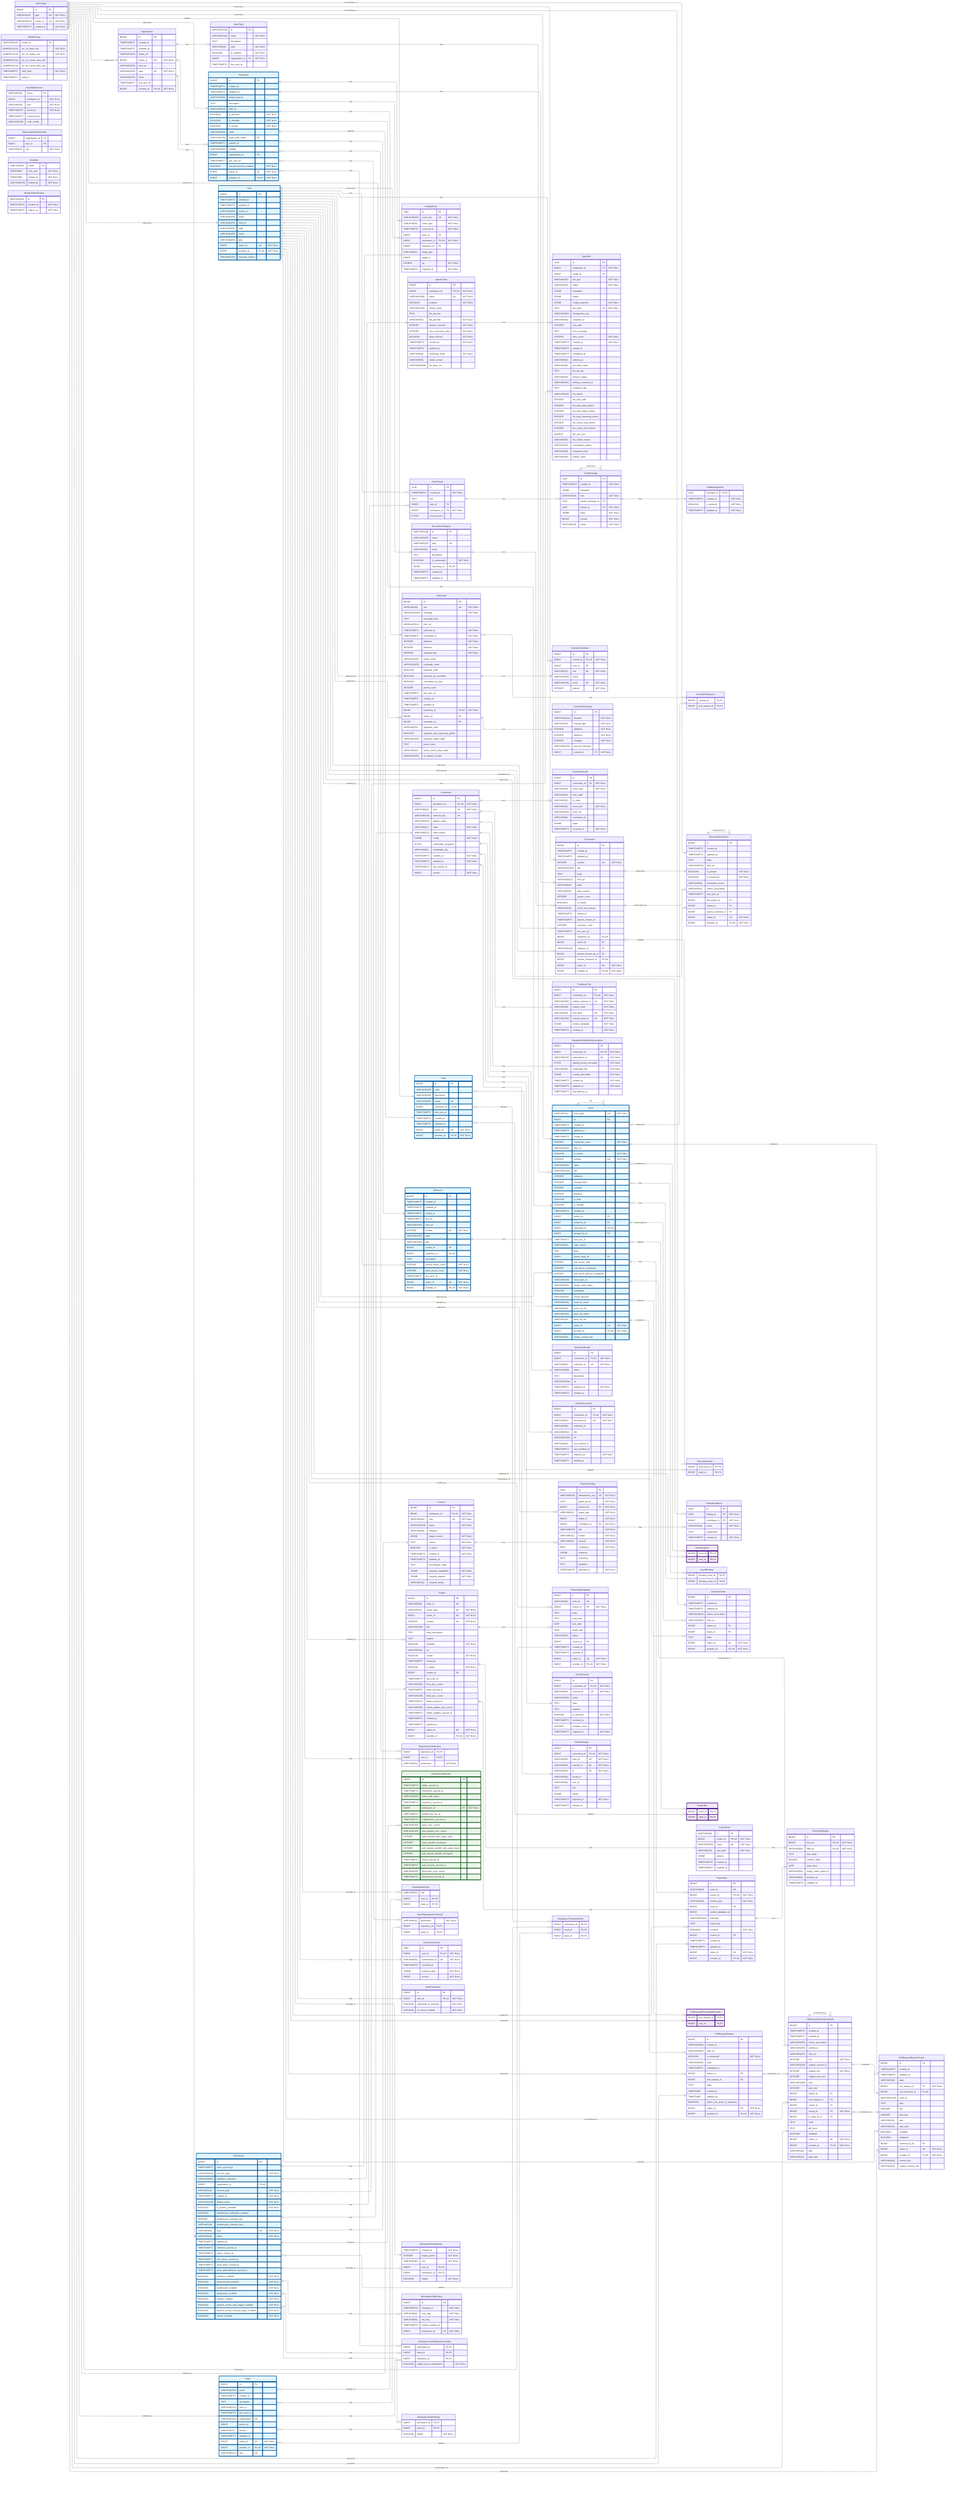
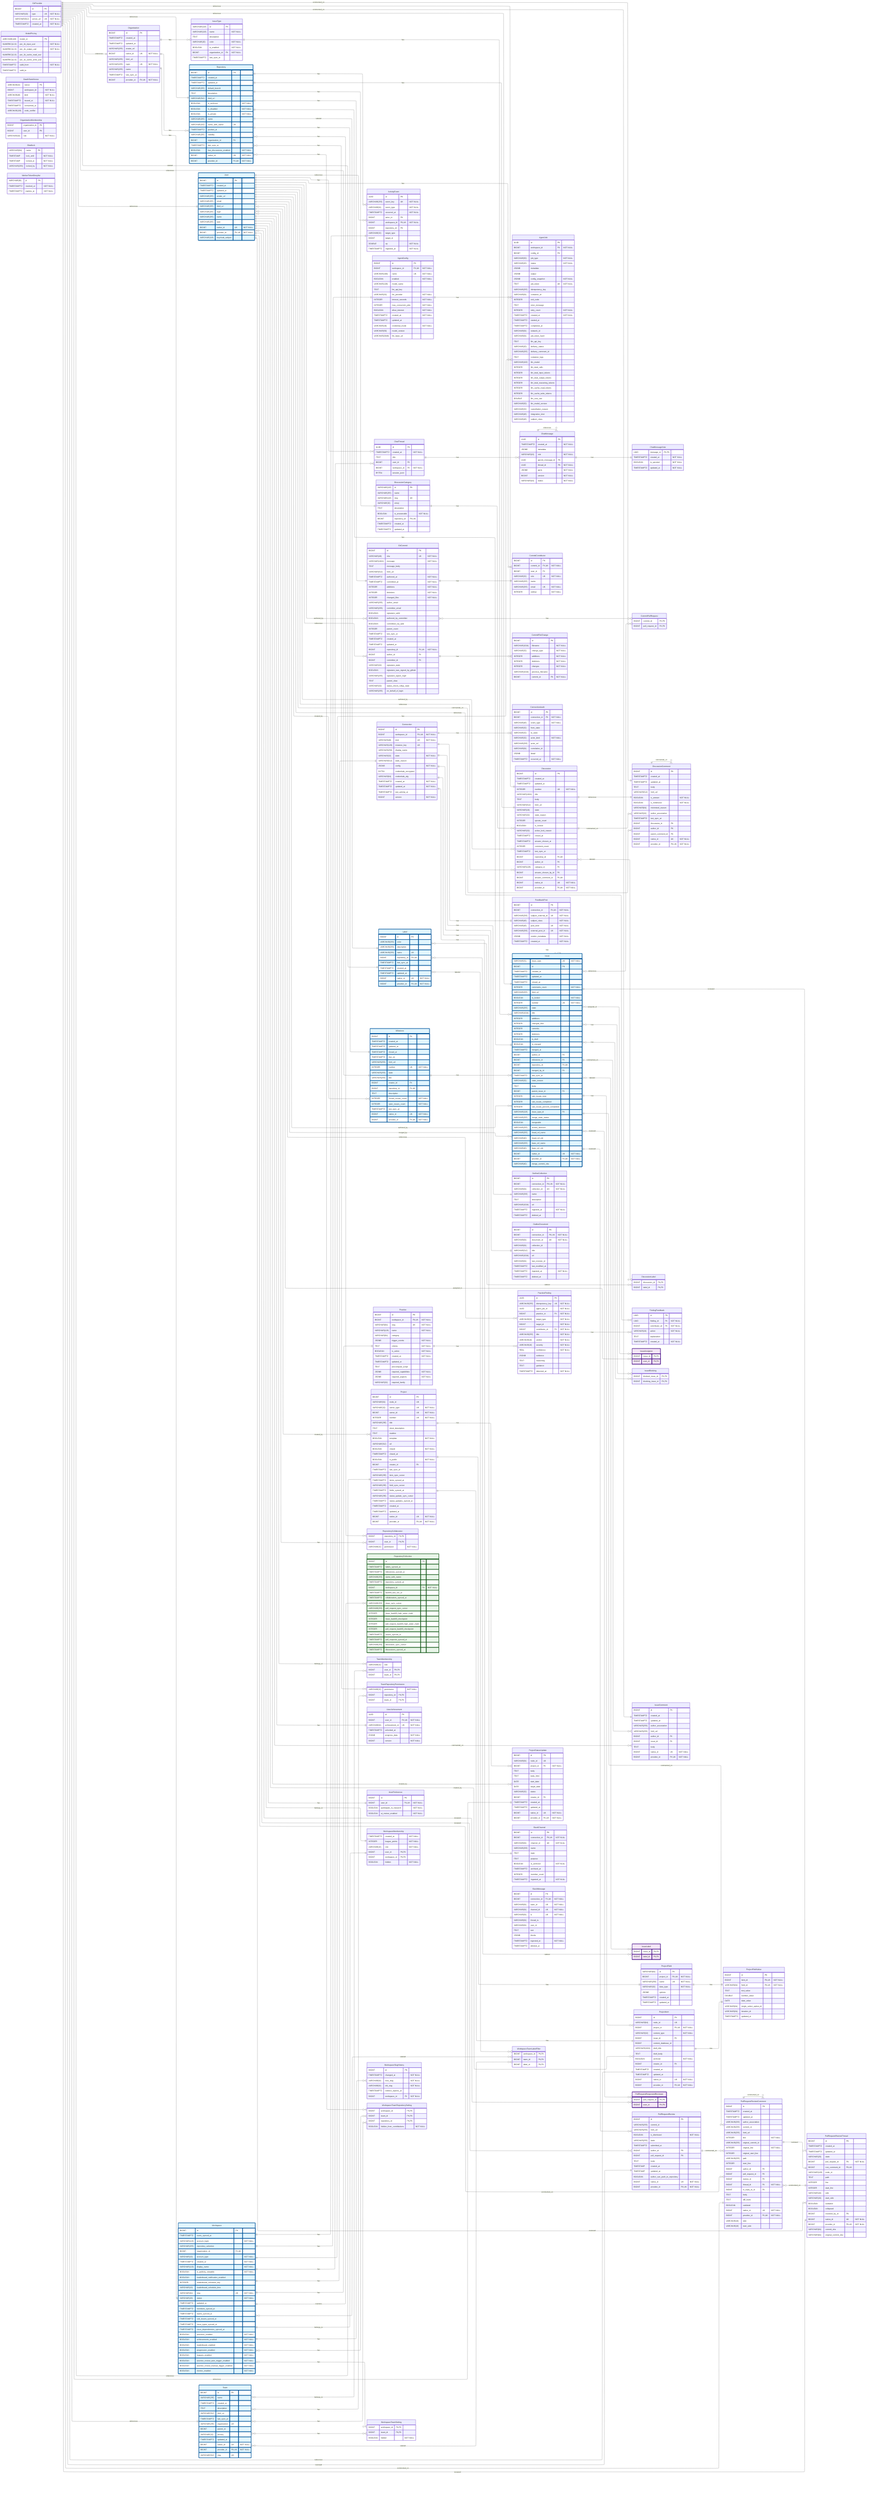
---
config:
    layout: elk
---
erDiagram
    %% Generated automatically from PostgreSQL database schema
    %% using scripts/generate-mermaid-erd.ts
    %% To regenerate: pnpm run db:generate-erd-docs

    direction LR

    ActivityEvent {
        UUID id PK
        VARCHAR(255) event_key UK "NOT NULL"
        VARCHAR(64) event_type "NOT NULL"
        TIMESTAMPTZ occurred_at "NOT NULL"
        BIGINT actor_id FK
        BIGINT workspace_id FK,UK "NOT NULL"
        BIGINT repository_id FK
        VARCHAR(32) target_type
        BIGINT target_id
        DOUBLE xp "NOT NULL"
        TIMESTAMPTZ ingested_at "NOT NULL"
    }

    AgentConfig {
        BIGINT id PK
        BIGINT workspace_id FK,UK "NOT NULL"
        VARCHAR(100) name UK "NOT NULL"
        BOOLEAN enabled "NOT NULL"
        VARCHAR(128) model_name
        TEXT llm_api_key
        VARCHAR(32) llm_provider "NOT NULL"
        INTEGER timeout_seconds "NOT NULL"
        INTEGER max_concurrent_jobs "NOT NULL"
        BOOLEAN allow_internet "NOT NULL"
        TIMESTAMPTZ created_at "NOT NULL"
        TIMESTAMPTZ updated_at
        VARCHAR(16) credential_mode "NOT NULL"
        VARCHAR(50) model_version
        VARCHAR(2048) llm_base_url
    }

    AgentJob {
        UUID id PK
        BIGINT workspace_id FK "NOT NULL"
        BIGINT config_id FK
        VARCHAR(50) job_type "NOT NULL"
        VARCHAR(20) status "NOT NULL"
        JSONB metadata
        JSONB output
        JSONB config_snapshot "NOT NULL"
        TEXT job_token UK "NOT NULL"
        VARCHAR(255) idempotency_key
        VARCHAR(64) container_id
        INTEGER exit_code
        TEXT error_message
        INTEGER retry_count "NOT NULL"
        TIMESTAMPTZ created_at "NOT NULL"
        TIMESTAMPTZ started_at
        TIMESTAMPTZ completed_at
        VARCHAR(64) network_id
        VARCHAR(64) job_token_hash
        TEXT llm_api_key
        VARCHAR(20) delivery_status
        VARCHAR(255) delivery_comment_id
        TEXT container_logs
        VARCHAR(100) llm_model
        INTEGER llm_total_calls
        INTEGER llm_total_input_tokens
        INTEGER llm_total_output_tokens
        INTEGER llm_total_reasoning_tokens
        INTEGER llm_cache_read_tokens
        INTEGER llm_cache_write_tokens
        DOUBLE llm_cost_usd
        VARCHAR(50) llm_model_version
        VARCHAR(32) cancellation_reason
        VARCHAR(48) integration_kind
        VARCHAR(48) subject_class
    }

    ChatMessage {
        UUID id PK
        TIMESTAMPTZ created_at "NOT NULL"
        JSONB metadata
        VARCHAR(16) role "NOT NULL"
        UUID parent_message_id FK
        UUID thread_id FK "NOT NULL"
        JSONB parts "NOT NULL"
        BIGINT version "NOT NULL"
        VARCHAR(16) status "NOT NULL"
    }

    ChatMessageVote {
        UUID message_id PK,FK
        TIMESTAMPTZ created_at "NOT NULL"
        BOOLEAN is_upvoted "NOT NULL"
        TIMESTAMPTZ updated_at "NOT NULL"
    }

    ChatThread {
        UUID id PK
        TIMESTAMPTZ created_at "NOT NULL"
        TEXT title
        BIGINT user_id FK
        BIGINT workspace_id FK "NOT NULL"
        BYTEA session_jsonl
    }

    CommitContributor {
        BIGINT id PK
        BIGINT commit_id FK,UK "NOT NULL"
        BIGINT user_id FK
        VARCHAR(32) role UK "NOT NULL"
        VARCHAR(255) name
        VARCHAR(255) email UK "NOT NULL"
        INTEGER ordinal "NOT NULL"
    }

    CommitFileChange {
        BIGINT id PK
        VARCHAR(1024) filename "NOT NULL"
        VARCHAR(32) change_type "NOT NULL"
        INTEGER additions "NOT NULL"
        INTEGER deletions "NOT NULL"
        INTEGER changes "NOT NULL"
        VARCHAR(1024) previous_filename
        BIGINT commit_id FK "NOT NULL"
    }

    CommitPullRequest {
        BIGINT commit_id PK,FK
        BIGINT pull_request_id PK,FK
    }

    Connection {
        BIGINT id PK
        BIGINT workspace_id FK,UK "NOT NULL"
        VARCHAR(48) kind UK "NOT NULL"
        VARCHAR(128) instance_key UK
        VARCHAR(256) display_name
        VARCHAR(32) state "NOT NULL"
        VARCHAR(512) state_reason
        JSONB config "NOT NULL"
        BYTEA credentials_encrypted
        VARCHAR(64) credentials_alg
        TIMESTAMPTZ created_at "NOT NULL"
        TIMESTAMPTZ updated_at "NOT NULL"
        TIMESTAMPTZ last_activity_at
        BIGINT version "NOT NULL"
    }

    ConnectionAudit {
        BIGINT id PK
        BIGINT connection_id FK "NOT NULL"
        VARCHAR(48) event_type "NOT NULL"
        VARCHAR(32) from_state
        VARCHAR(32) to_state
        VARCHAR(32) actor_kind "NOT NULL"
        VARCHAR(256) actor_ref
        VARCHAR(64) correlation_id
        JSONB detail
        TIMESTAMPTZ occurred_at "NOT NULL"
    }

    Discussion {
        BIGINT id PK
        TIMESTAMPTZ created_at
        TIMESTAMPTZ updated_at
        INTEGER number UK "NOT NULL"
        VARCHAR(1024) title
        TEXT body
        VARCHAR(512) html_url
        VARCHAR(16) state
        VARCHAR(32) state_reason
        INTEGER upvote_count
        BOOLEAN is_locked
        VARCHAR(32) active_lock_reason
        TIMESTAMPTZ closed_at
        TIMESTAMPTZ answer_chosen_at
        INTEGER comment_count
        TIMESTAMPTZ last_sync_at
        BIGINT repository_id FK,UK
        BIGINT author_id FK
        VARCHAR(128) category_id FK
        BIGINT answer_chosen_by_id FK
        BIGINT answer_comment_id FK,UK
        BIGINT native_id UK "NOT NULL"
        BIGINT provider_id FK,UK "NOT NULL"
    }

    DiscussionCategory {
        VARCHAR(128) id PK
        VARCHAR(255) name
        VARCHAR(128) slug UK
        VARCHAR(32) emoji
        TEXT description
        BOOLEAN is_answerable "NOT NULL"
        BIGINT repository_id FK,UK
        TIMESTAMPTZ created_at
        TIMESTAMPTZ updated_at
    }

    DiscussionComment {
        BIGINT id PK
        TIMESTAMPTZ created_at
        TIMESTAMPTZ updated_at
        TEXT body
        VARCHAR(512) html_url
        BOOLEAN is_answer "NOT NULL"
        BOOLEAN is_minimized "NOT NULL"
        VARCHAR(64) minimized_reason
        VARCHAR(32) author_association
        TIMESTAMPTZ last_sync_at
        BIGINT discussion_id FK
        BIGINT author_id FK
        BIGINT parent_comment_id FK
        BIGINT native_id UK "NOT NULL"
        BIGINT provider_id FK,UK "NOT NULL"
    }

    DiscussionLabel {
        BIGINT discussion_id PK,FK
        BIGINT label_id PK,FK
    }

    FeedbackPost {
        BIGINT id PK
        BIGINT connection_id FK,UK "NOT NULL"
        VARCHAR(256) subject_external_id UK "NOT NULL"
        VARCHAR(48) subject_class "NOT NULL"
        VARCHAR(48) post_kind UK "NOT NULL"
        VARCHAR(256) external_post_id UK "NOT NULL"
        JSONB vendor_metadata "NOT NULL"
        TIMESTAMPTZ created_at "NOT NULL"
    }

    FindingFeedback {
        UUID id PK
        UUID finding_id FK "NOT NULL"
        BIGINT contributor_id FK "NOT NULL"
        VARCHAR(16) action "NOT NULL"
        TEXT explanation
        TIMESTAMPTZ created_at "NOT NULL"
    }

    GitCommit {
        BIGINT id PK
        VARCHAR(40) sha UK "NOT NULL"
        VARCHAR(1024) message "NOT NULL"
        TEXT message_body
        VARCHAR(512) html_url
        TIMESTAMPTZ authored_at "NOT NULL"
        TIMESTAMPTZ committed_at "NOT NULL"
        INTEGER additions "NOT NULL"
        INTEGER deletions "NOT NULL"
        INTEGER changed_files "NOT NULL"
        VARCHAR(255) author_email
        VARCHAR(255) committer_email
        BOOLEAN signature_valid
        BOOLEAN authored_by_committer
        BOOLEAN committed_via_web
        INTEGER parent_count
        TIMESTAMPTZ last_sync_at
        TIMESTAMPTZ created_at
        TIMESTAMPTZ updated_at
        BIGINT repository_id FK,UK "NOT NULL"
        BIGINT author_id FK
        BIGINT committer_id FK
        VARCHAR(32) signature_state
        BOOLEAN signature_was_signed_by_github
        VARCHAR(255) signature_signer_login
        TEXT parent_shas
        VARCHAR(32) status_check_rollup_state
        VARCHAR(255) on_behalf_of_login
    }

    GitProvider {
        BIGINT id PK
        VARCHAR(10) type UK "NOT NULL"
        VARCHAR(512) server_url UK "NOT NULL"
        TIMESTAMPTZ created_at "NOT NULL"
-     }
- 
-     IntegrationWebhookSubscription {
-         BIGINT id PK
-         BIGINT connection_id FK,UK "NOT NULL"
-         VARCHAR(128) subscription_id UK "NOT NULL"
-         BYTEA signing_secret_encrypted "NOT NULL"
-         VARCHAR(64) credentials_alg "NOT NULL"
-         JSONB events_subscribed "NOT NULL"
-         TIMESTAMPTZ created_at "NOT NULL"
-         TIMESTAMPTZ updated_at "NOT NULL"
-         TIMESTAMPTZ last_delivery_at
    }

    Issue {
        VARCHAR(31) issue_type UK "NOT NULL"
        BIGINT id PK
        TIMESTAMPTZ created_at
        TIMESTAMPTZ updated_at
        TIMESTAMPTZ closed_at
        INTEGER comments_count "NOT NULL"
        VARCHAR(255) html_url
        BOOLEAN is_locked "NOT NULL"
        INTEGER number UK "NOT NULL"
        VARCHAR(255) state
        VARCHAR(1024) title
        INTEGER additions
        INTEGER changed_files
        INTEGER commits
        INTEGER deletions
        BOOLEAN is_draft
        BOOLEAN is_merged
        TIMESTAMPTZ merged_at
        BIGINT author_id FK
        BIGINT milestone_id FK
        BIGINT repository_id FK,UK
        BIGINT merged_by_id FK
        TIMESTAMPTZ last_sync_at
        VARCHAR(32) state_reason
        TEXT body
        BIGINT parent_issue_id FK
        INTEGER sub_issues_total
        INTEGER sub_issues_completed
        INTEGER sub_issues_percent_completed
        VARCHAR(128) issue_type_id FK
        VARCHAR(255) merge_state_status
        BOOLEAN mergeable
        VARCHAR(255) review_decision
        VARCHAR(255) head_ref_name
        VARCHAR(40) head_ref_oid
        VARCHAR(255) base_ref_name
        VARCHAR(40) base_ref_oid
        BIGINT native_id UK "NOT NULL"
        BIGINT provider_id FK,UK "NOT NULL"
        VARCHAR(40) merge_commit_sha
    }

    IssueAssignee {
        BIGINT issue_id PK,FK
        BIGINT user_id PK,FK
    }

    IssueBlocking {
        BIGINT blocked_issue_id PK,FK
        BIGINT blocking_issue_id PK,FK
    }

    IssueComment {
        BIGINT id PK
        TIMESTAMPTZ created_at
        TIMESTAMPTZ updated_at
        VARCHAR(255) author_association
        VARCHAR(255) html_url
        BIGINT author_id FK
        BIGINT issue_id FK
        TEXT body
        BIGINT native_id UK "NOT NULL"
        BIGINT provider_id FK,UK "NOT NULL"
    }

    IssueLabel {
        BIGINT issue_id PK,FK
        BIGINT label_id PK,FK
    }

    IssueType {
        VARCHAR(128) id PK
        VARCHAR(128) name "NOT NULL"
        TEXT description
        VARCHAR(20) color "NOT NULL"
        BOOLEAN is_enabled "NOT NULL"
        BIGINT organization_id FK "NOT NULL"
        TIMESTAMPTZ last_sync_at
    }

    Label {
        BIGINT id PK
        VARCHAR(255) color
        VARCHAR(255) description
        VARCHAR(255) name UK
        BIGINT repository_id FK,UK
        TIMESTAMPTZ last_sync_at
        TIMESTAMPTZ created_at
        TIMESTAMPTZ updated_at
        BIGINT native_id UK "NOT NULL"
        BIGINT provider_id FK,UK "NOT NULL"
    }

    Milestone {
        BIGINT id PK
        TIMESTAMPTZ created_at
        TIMESTAMPTZ updated_at
        TIMESTAMPTZ closed_at
        TIMESTAMPTZ due_on
        VARCHAR(255) html_url
        INTEGER number UK "NOT NULL"
        VARCHAR(255) state
        VARCHAR(255) title
        BIGINT creator_id FK
        BIGINT repository_id FK,UK
        TEXT description
        INTEGER closed_issues_count "NOT NULL"
        INTEGER open_issues_count "NOT NULL"
        TIMESTAMPTZ last_sync_at
        BIGINT native_id UK "NOT NULL"
        BIGINT provider_id FK,UK "NOT NULL"
    }

    ModelPricing {
        VARCHAR(128) model_id PK
        NUMERIC(12,6) per_1k_input_usd "NOT NULL"
        NUMERIC(12,6) per_1k_output_usd "NOT NULL"
        NUMERIC(12,6) per_1k_cache_read_usd
        NUMERIC(12,6) per_1k_cache_write_usd
        TIMESTAMPTZ valid_from "NOT NULL"
        TIMESTAMPTZ valid_to
    }

    OauthStateNonce {
        VARCHAR(32) nonce PK
        BIGINT workspace_id "NOT NULL"
        VARCHAR(48) kind "NOT NULL"
        TIMESTAMPTZ issued_at "NOT NULL"
        TIMESTAMPTZ consumed_at
        VARCHAR(128) code_verifier
    }

    Organization {
        BIGINT id PK
        TIMESTAMPTZ created_at
        TIMESTAMPTZ updated_at
        VARCHAR(255) avatar_url
        BIGINT native_id UK "NOT NULL"
        VARCHAR(255) html_url
        VARCHAR(255) login UK "NOT NULL"
        VARCHAR(255) name
        TIMESTAMPTZ last_sync_at
        BIGINT provider_id FK,UK "NOT NULL"
    }

    OrganizationMembership {
        BIGINT organization_id PK
        BIGINT user_id PK
        VARCHAR(32) role "NOT NULL"
    }

    OutlineCollection {
        BIGINT id PK
        BIGINT connection_id FK,UK "NOT NULL"
        VARCHAR(64) collection_id UK "NOT NULL"
        VARCHAR(256) name
        TEXT description
        VARCHAR(1024) url
        TIMESTAMPTZ ingested_at "NOT NULL"
        TIMESTAMPTZ deleted_at
    }

    OutlineDocument {
        BIGINT id PK
        BIGINT connection_id FK,UK "NOT NULL"
        VARCHAR(64) document_id UK "NOT NULL"
        VARCHAR(64) collection_id
        VARCHAR(512) title
        VARCHAR(1024) url
        VARCHAR(64) last_revision_id
        TIMESTAMPTZ last_modified_at
        TIMESTAMPTZ ingested_at "NOT NULL"
        TIMESTAMPTZ deleted_at
    }

    Practice {
        BIGINT id PK
        BIGINT workspace_id FK,UK "NOT NULL"
        VARCHAR(64) slug UK "NOT NULL"
        VARCHAR(128) name "NOT NULL"
        VARCHAR(64) category
        JSONB trigger_events "NOT NULL"
        TEXT criteria "NOT NULL"
        BOOLEAN is_active "NOT NULL"
        TIMESTAMPTZ created_at "NOT NULL"
        TIMESTAMPTZ updated_at
        TEXT precompute_script
        JSONB required_capabilities "NOT NULL"
        JSONB required_aspects "NOT NULL"
        VARCHAR(32) required_family
    }

    PracticeFinding {
        UUID id PK
        VARCHAR(255) idempotency_key UK "NOT NULL"
        UUID agent_job_id "NOT NULL"
        BIGINT practice_id FK "NOT NULL"
        VARCHAR(32) target_type "NOT NULL"
        BIGINT target_id "NOT NULL"
        BIGINT contributor_id FK "NOT NULL"
        VARCHAR(255) title "NOT NULL"
        VARCHAR(16) verdict "NOT NULL"
        VARCHAR(16) severity "NOT NULL"
        REAL confidence "NOT NULL"
        JSONB evidence
        TEXT reasoning
        TEXT guidance
        TIMESTAMPTZ detected_at "NOT NULL"
    }

    Project {
        BIGINT id PK
        VARCHAR(64) node_id UK
        VARCHAR(32) owner_type UK "NOT NULL"
        BIGINT owner_id UK "NOT NULL"
        INTEGER number UK "NOT NULL"
        VARCHAR(256) title
        TEXT short_description
        TEXT readme
        BOOLEAN template "NOT NULL"
        VARCHAR(512) url
        BOOLEAN closed "NOT NULL"
        TIMESTAMPTZ closed_at
        BOOLEAN is_public "NOT NULL"
        BIGINT creator_id FK
        TIMESTAMPTZ last_sync_at
        VARCHAR(256) item_sync_cursor
        TIMESTAMPTZ items_synced_at
        VARCHAR(256) field_sync_cursor
        TIMESTAMPTZ fields_synced_at
        VARCHAR(256) status_update_sync_cursor
        TIMESTAMPTZ status_updates_synced_at
        TIMESTAMPTZ created_at
        TIMESTAMPTZ updated_at
        BIGINT native_id UK "NOT NULL"
        BIGINT provider_id FK,UK "NOT NULL"
    }

    ProjectField {
        VARCHAR(64) id PK
        BIGINT project_id FK,UK "NOT NULL"
        VARCHAR(256) name UK "NOT NULL"
        VARCHAR(32) data_type "NOT NULL"
        JSONB options
        TIMESTAMPTZ created_at
        TIMESTAMPTZ updated_at
    }

    ProjectFieldValue {
        BIGINT id PK
        BIGINT item_id FK,UK "NOT NULL"
        VARCHAR(64) field_id FK,UK "NOT NULL"
        TEXT text_value
        DOUBLE number_value
        DATE date_value
        VARCHAR(64) single_select_option_id
        VARCHAR(64) iteration_id
        TIMESTAMPTZ updated_at
    }

    ProjectItem {
        BIGINT id PK
        VARCHAR(64) node_id UK
        BIGINT project_id FK,UK "NOT NULL"
        VARCHAR(32) content_type "NOT NULL"
        BIGINT issue_id FK
        BIGINT content_database_id
        VARCHAR(1024) draft_title
        TEXT draft_body
        BOOLEAN archived "NOT NULL"
        BIGINT creator_id FK
        TIMESTAMPTZ created_at
        TIMESTAMPTZ updated_at
        BIGINT native_id UK "NOT NULL"
        BIGINT provider_id FK,UK "NOT NULL"
    }

    ProjectStatusUpdate {
        BIGINT id PK
        VARCHAR(64) node_id UK
        BIGINT project_id FK "NOT NULL"
        TEXT body
        TEXT body_html
        DATE start_date
        DATE target_date
        VARCHAR(32) status
        BIGINT creator_id FK
        TIMESTAMPTZ created_at
        TIMESTAMPTZ updated_at
        BIGINT native_id UK "NOT NULL"
        BIGINT provider_id FK,UK "NOT NULL"
    }

    PullRequestRequestedReviewer {
        BIGINT pull_request_id PK,FK
        BIGINT user_id PK,FK
    }

    PullRequestReview {
        BIGINT id PK
        VARCHAR(255) commit_id
        VARCHAR(255) html_url
        BOOLEAN is_dismissed "NOT NULL"
        VARCHAR(255) state
        TIMESTAMPTZ submitted_at
        BIGINT author_id FK
        BIGINT pull_request_id FK
        TEXT body
        TIMESTAMP created_at
        TIMESTAMP updated_at
        BOOLEAN author_can_push_to_repository
        BIGINT native_id UK "NOT NULL"
        BIGINT provider_id FK,UK "NOT NULL"
    }

    PullRequestReviewComment {
        BIGINT id PK
        TIMESTAMPTZ created_at
        TIMESTAMPTZ updated_at
        VARCHAR(255) author_association
        VARCHAR(255) commit_id
        VARCHAR(255) html_url
        INTEGER line "NOT NULL"
        VARCHAR(255) original_commit_id
        INTEGER original_line "NOT NULL"
        INTEGER original_start_line
        VARCHAR(255) path
        INTEGER start_line
        BIGINT author_id FK
        BIGINT pull_request_id FK
        BIGINT review_id FK
        BIGINT thread_id FK "NOT NULL"
        BIGINT in_reply_to_id FK
        TEXT body
        TEXT diff_hunk
        BOOLEAN outdated
        BIGINT native_id UK "NOT NULL"
        BIGINT provider_id FK,UK "NOT NULL"
        VARCHAR(16) side
        VARCHAR(16) start_side
    }

    PullRequestReviewThread {
        BIGINT id PK
        TIMESTAMPTZ created_at
        TIMESTAMPTZ updated_at
        VARCHAR(20) state
        BIGINT pull_request_id FK "NOT NULL"
        BIGINT root_comment_id FK,UK
        VARCHAR(128) node_id
        TEXT path
        INTEGER line
        INTEGER start_line
        VARCHAR(16) side
        VARCHAR(16) start_side
        BOOLEAN outdated
        BOOLEAN collapsed
        BIGINT resolved_by_id FK
        BIGINT native_id UK "NOT NULL"
        BIGINT provider_id FK,UK "NOT NULL"
        VARCHAR(64) commit_sha
        VARCHAR(64) original_commit_sha
    }

    Repository {
        BIGINT id PK
        TIMESTAMPTZ created_at
        TIMESTAMPTZ updated_at
        VARCHAR(255) default_branch
        TEXT description
        VARCHAR(512) html_url
        BOOLEAN is_archived "NOT NULL"
        BOOLEAN is_disabled "NOT NULL"
        BOOLEAN is_private "NOT NULL"
        VARCHAR(255) name
        VARCHAR(150) name_with_owner UK
        TIMESTAMPTZ pushed_at
        VARCHAR(255) visibility
        BIGINT organization_id FK
        TIMESTAMPTZ last_sync_at
        BOOLEAN has_discussions_enabled "NOT NULL"
        BIGINT native_id UK "NOT NULL"
        BIGINT provider_id FK,UK "NOT NULL"
    }

    RepositoryCollaborator {
        BIGINT repository_id PK,FK
        BIGINT user_id PK,FK
        VARCHAR(32) permission "NOT NULL"
    }

    RepositoryToMonitor {
        BIGINT id PK
        TIMESTAMPTZ labels_synced_at
        TIMESTAMPTZ milestones_synced_at
        VARCHAR(255) name_with_owner
        TIMESTAMPTZ repository_synced_at
        BIGINT workspace_id FK "NOT NULL"
        TIMESTAMPTZ backfill_last_run_at
        TIMESTAMPTZ collaborators_synced_at
        VARCHAR(255) issue_sync_cursor
        VARCHAR(255) pull_request_sync_cursor
        INTEGER issue_backfill_high_water_mark
        INTEGER issue_backfill_checkpoint
        INTEGER pull_request_backfill_high_water_mark
        INTEGER pull_request_backfill_checkpoint
        TIMESTAMPTZ issues_synced_at
        TIMESTAMPTZ pull_requests_synced_at
        VARCHAR(255) discussion_sync_cursor
        TIMESTAMPTZ discussions_synced_at
    }

    Shedlock {
        VARCHAR(64) name PK
        TIMESTAMP lock_until "NOT NULL"
        TIMESTAMP locked_at "NOT NULL"
        VARCHAR(255) locked_by "NOT NULL"
    }

    SlackChannel {
        BIGINT id PK
        BIGINT connection_id FK,UK "NOT NULL"
        VARCHAR(64) channel_id UK "NOT NULL"
        VARCHAR(256) name
        TEXT topic
        TEXT purpose
        BOOLEAN is_archived "NOT NULL"
        TIMESTAMPTZ archived_at
        INTEGER member_count
        TIMESTAMPTZ ingested_at "NOT NULL"
    }

    SlackMessage {
        BIGINT id PK
        BIGINT connection_id FK,UK "NOT NULL"
        VARCHAR(64) team_id UK "NOT NULL"
        VARCHAR(64) channel_id UK "NOT NULL"
        VARCHAR(64) ts UK "NOT NULL"
        VARCHAR(64) thread_ts
        VARCHAR(64) user_id
        TEXT text
        JSONB blocks
        TIMESTAMPTZ ingested_at "NOT NULL"
        TIMESTAMPTZ deleted_at
    }

    Team {
        BIGINT id PK
        VARCHAR(255) name
        TIMESTAMPTZ created_at
        TEXT description
        VARCHAR(512) html_url
        TIMESTAMPTZ last_sync_at
        VARCHAR(255) organization UK
        BIGINT parent_id
        VARCHAR(32) privacy
        TIMESTAMPTZ updated_at
        BIGINT native_id UK "NOT NULL"
        BIGINT provider_id FK,UK "NOT NULL"
        VARCHAR(512) slug UK
    }

    TeamMembership {
        VARCHAR(32) role
        BIGINT user_id PK,FK
        BIGINT team_id PK,FK
    }

    TeamRepositoryPermission {
        VARCHAR(32) permission "NOT NULL"
        BIGINT repository_id PK,FK
        BIGINT team_id PK,FK
    }

    User {
        BIGINT id PK
        TIMESTAMPTZ created_at
        TIMESTAMPTZ updated_at
        VARCHAR(255) avatar_url
        VARCHAR(255) email
        VARCHAR(255) html_url
        VARCHAR(255) login
        VARCHAR(255) name
        VARCHAR(255) type
        BIGINT native_id UK "NOT NULL"
        BIGINT provider_id FK,UK "NOT NULL"
        VARCHAR(128) keycloak_subject
    }

    UserAchievement {
        UUID id PK
        BIGINT user_id FK,UK "NOT NULL"
        VARCHAR(64) achievement_id UK "NOT NULL"
        TIMESTAMPTZ unlocked_at
        JSONB progress_data "NOT NULL"
        BIGINT version "NOT NULL"
    }

    UserPreference {
        BIGINT id PK
        BIGINT user_id FK,UK "NOT NULL"
        BOOLEAN participate_in_research "NOT NULL"
        BOOLEAN ai_review_enabled "NOT NULL"
    }

    WorkerTokenDenylist {
        VARCHAR(64) jti PK
        TIMESTAMPTZ revoked_at "NOT NULL"
        TIMESTAMPTZ expires_at "NOT NULL"
    }

    Workspace {
        BIGINT id PK
        TIMESTAMPTZ users_synced_at
        VARCHAR(120) account_login "NOT NULL"
        VARCHAR(255) repository_selection
        BIGINT organization_id FK,UK
        VARCHAR(10) account_type "NOT NULL"
        TIMESTAMPTZ created_at "NOT NULL"
        VARCHAR(120) display_name "NOT NULL"
        BOOLEAN is_publicly_viewable "NOT NULL"
        BOOLEAN leaderboard_notification_enabled
        INTEGER leaderboard_schedule_day
        VARCHAR(10) leaderboard_schedule_time
        VARCHAR(64) slug UK "NOT NULL"
        VARCHAR(20) status "NOT NULL"
        TIMESTAMPTZ updated_at
        TIMESTAMPTZ members_synced_at
        TIMESTAMPTZ teams_synced_at
        TIMESTAMPTZ sub_issues_synced_at
        TIMESTAMPTZ issue_types_synced_at
        TIMESTAMPTZ issue_dependencies_synced_at
        BOOLEAN practices_enabled "NOT NULL"
        BOOLEAN achievements_enabled "NOT NULL"
        BOOLEAN leaderboard_enabled "NOT NULL"
        BOOLEAN progression_enabled "NOT NULL"
        BOOLEAN leagues_enabled "NOT NULL"
        BOOLEAN practice_review_auto_trigger_enabled "NOT NULL"
        BOOLEAN practice_review_manual_trigger_enabled "NOT NULL"
        BOOLEAN mentor_enabled "NOT NULL"
    }

    WorkspaceMembership {
        TIMESTAMPTZ created_at "NOT NULL"
        INTEGER league_points "NOT NULL"
        VARCHAR(16) role "NOT NULL"
        BIGINT user_id PK,FK
        BIGINT workspace_id PK,FK
        BOOLEAN hidden "NOT NULL"
    }

    WorkspaceSlugHistory {
        BIGINT id PK
        TIMESTAMPTZ changed_at "NOT NULL"
        VARCHAR(64) new_slug "NOT NULL"
        VARCHAR(64) old_slug "NOT NULL"
        TIMESTAMPTZ redirect_expires_at
        BIGINT workspace_id FK "NOT NULL"
    }

    WorkspaceTeamLabelFilter {
        BIGINT workspace_id PK,FK
        BIGINT team_id PK,FK
        BIGINT label_id PK,FK
    }

    WorkspaceTeamRepositorySetting {
        BIGINT workspace_id PK,FK
        BIGINT team_id PK,FK
        BIGINT repository_id PK,FK
        BOOLEAN hidden_from_contributions "NOT NULL"
    }

    WorkspaceTeamSetting {
        BIGINT workspace_id PK,FK
        BIGINT team_id PK,FK
        BOOLEAN hidden "NOT NULL"
    }

    %% Relationships
    %% One-to-One relationships
    Workspace ||--|| ActivityEvent : has
    Workspace ||--|| AgentConfig : has
    ChatMessage ||--|| ChatMessageVote : has
    GitCommit ||--|| CommitContributor : has
    Workspace ||--|| Connection : has
    DiscussionComment ||--|| Discussion : references
    GitProvider ||--|| Discussion : references
    Repository ||--|| Discussion : has
    Repository ||--|| DiscussionCategory : has
    GitProvider ||--|| DiscussionComment : commented_on
    Connection ||--|| FeedbackPost : has
    Repository ||--|| GitCommit : has
-     Connection ||--|| IntegrationWebhookSubscription : has
    GitProvider ||--|| Issue : references
    Repository ||--|| Issue : has
    GitProvider ||--|| IssueComment : commented_on
    GitProvider ||--|| Label : labeled
    Repository ||--|| Label : labeled
    GitProvider ||--|| Milestone : references
    Repository ||--|| Milestone : has
    GitProvider ||--|| Organization : references
    Connection ||--|| OutlineCollection : has
    Connection ||--|| OutlineDocument : has
    Workspace ||--|| Practice : has
    GitProvider ||--|| Project : references
    Project ||--|| ProjectField : has
    ProjectField ||--|| ProjectFieldValue : has
    ProjectItem ||--|| ProjectFieldValue : has
    Project ||--|| ProjectItem : has
    GitProvider ||--|| ProjectItem : references
    GitProvider ||--|| ProjectStatusUpdate : references
    GitProvider ||--|| PullRequestReview : reviewed
    GitProvider ||--|| PullRequestReviewComment : commented_on
    GitProvider ||--|| PullRequestReviewThread : reviewed
    PullRequestReviewComment ||--|| PullRequestReviewThread : reviewed
    GitProvider ||--|| Repository : references
    Connection ||--|| SlackChannel : has
    Connection ||--|| SlackMessage : has
    GitProvider ||--|| Team : references
    GitProvider ||--|| User : references
    User ||--|| UserAchievement : has
    User ||--|| UserPreference : has
    Organization ||--|| Workspace : has
    User ||--|| WorkspaceMembership : belongs_to
    Workspace ||--|| WorkspaceMembership : belongs_to

    %% One-to-Many relationships
    User ||--o{ ActivityEvent : references
    Repository ||--o{ ActivityEvent : has
    AgentConfig ||--o{ AgentJob : has
    Workspace ||--o{ AgentJob : has
    ChatMessage ||--o{ ChatMessage : references
    ChatThread ||--o{ ChatMessage : has
    User ||--o{ ChatThread : has
    Workspace ||--o{ ChatThread : has
    User ||--o{ CommitContributor : has
    GitCommit ||--o{ CommitFileChange : has
    Connection ||--o{ ConnectionAudit : has
    User ||--o{ Discussion : references
    User ||--o{ Discussion : authored_by
    DiscussionCategory ||--o{ Discussion : has
    User ||--o{ DiscussionComment : commented_on
    Discussion ||--o{ DiscussionComment : commented_on
    DiscussionComment ||--o{ DiscussionComment : commented_on
    User ||--o{ FindingFeedback : references
    PracticeFinding ||--o{ FindingFeedback : has
    User ||--o{ GitCommit : authored_by
    User ||--o{ GitCommit : references
    User ||--o{ Issue : authored_by
    IssueType ||--o{ Issue : has
    User ||--o{ Issue : merged_by
    Milestone ||--o{ Issue : has
    Issue ||--o{ Issue : has
    User ||--o{ IssueComment : commented_on
    Issue ||--o{ IssueComment : commented_on
    Organization ||--o{ IssueType : has
    User ||--o{ Milestone : created_by
    User ||--o{ PracticeFinding : references
    Practice ||--o{ PracticeFinding : has
    User ||--o{ Project : created_by
    User ||--o{ ProjectItem : created_by
    Issue ||--o{ ProjectItem : has
    User ||--o{ ProjectStatusUpdate : created_by
    Project ||--o{ ProjectStatusUpdate : has
    User ||--o{ PullRequestReview : reviewed
    Issue ||--o{ PullRequestReview : reviewed
    User ||--o{ PullRequestReviewComment : commented_on
    PullRequestReviewComment ||--o{ PullRequestReviewComment : commented_on
    Issue ||--o{ PullRequestReviewComment : commented_on
    PullRequestReview ||--o{ PullRequestReviewComment : commented_on
    PullRequestReviewThread ||--o{ PullRequestReviewComment : commented_on
    Issue ||--o{ PullRequestReviewThread : reviewed
    User ||--o{ PullRequestReviewThread : reviewed
    Organization ||--o{ Repository : has
    Workspace ||--o{ RepositoryToMonitor : monitors
    Workspace ||--o{ WorkspaceSlugHistory : has

    %% Many-to-Many relationships
    GitCommit }o--o{ CommitPullRequest : has
    Issue }o--o{ CommitPullRequest : references
    Discussion }o--o{ DiscussionLabel : labeled
    Label }o--o{ DiscussionLabel : labeled
    Issue }o--o{ IssueAssignee : assigned_to
    User }o--o{ IssueAssignee : assigned_to
    Issue }o--o{ IssueBlocking : has
    Issue }o--o{ IssueBlocking : has
    Issue }o--o{ IssueLabel : labeled
    Label }o--o{ IssueLabel : labeled
    Issue }o--o{ PullRequestRequestedReviewer : reviewed
    User }o--o{ PullRequestRequestedReviewer : reviewed
    Repository }o--o{ RepositoryCollaborator : has
    User }o--o{ RepositoryCollaborator : has
    Team }o--o{ TeamMembership : belongs_to
    User }o--o{ TeamMembership : belongs_to
    Repository }o--o{ TeamRepositoryPermission : has
    Team }o--o{ TeamRepositoryPermission : has
    Label }o--o{ WorkspaceTeamLabelFilter : labeled
    Team }o--o{ WorkspaceTeamLabelFilter : labeled
    Workspace }o--o{ WorkspaceTeamLabelFilter : labeled
    Repository }o--o{ WorkspaceTeamRepositorySetting : has
    Team }o--o{ WorkspaceTeamRepositorySetting : has
    Workspace }o--o{ WorkspaceTeamRepositorySetting : has
    Team }o--o{ WorkspaceTeamSetting : has
    Workspace }o--o{ WorkspaceTeamSetting : has

    %% Styling
    classDef primaryEntity fill:#e1f5fe,stroke:#01579b,stroke-width:2px
    classDef associationEntity fill:#f3e5f5,stroke:#4a148c,stroke-width:2px
    classDef metadataEntity fill:#e8f5e8,stroke:#1b5e20,stroke-width:2px

    class Issue primaryEntity
    class IssueAssignee associationEntity
    class IssueLabel associationEntity
    class Label primaryEntity
    class Milestone primaryEntity
    class PullRequestRequestedReviewer associationEntity
    class Repository primaryEntity
    class RepositoryToMonitor metadataEntity
    class Team primaryEntity
    class User primaryEntity
    class Workspace primaryEntity
